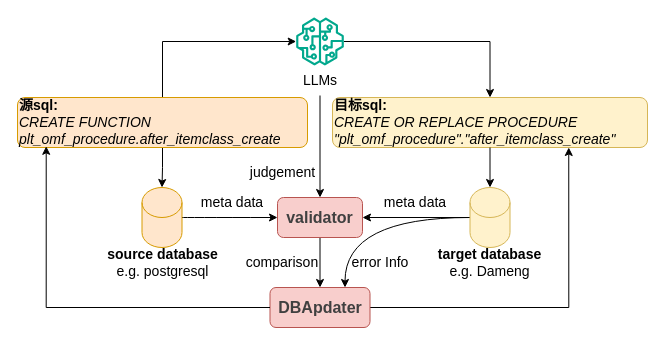
Earlier version of the draw.io diagram 开题报告/DBAdapter.drawio (Olive-2019/drawio-source). Source tidied: cells renumbered, new cells numbered last; positions are measured from the earlier drawing's top-left corner, leaving out a move shared by most shapes. Both pictures are drawn from the tidied source at 100%, with x=0, y=0 at pixel (17, 17).
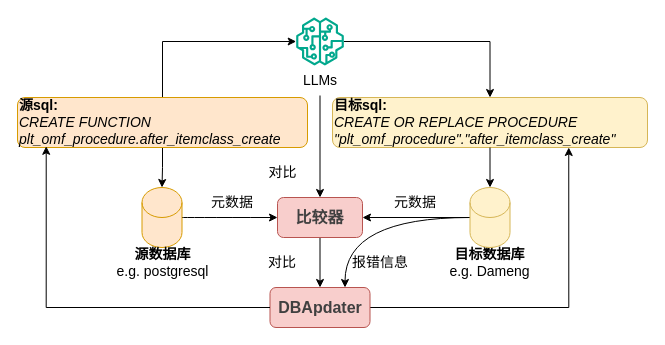
After the change.

Diff of the diagram source:
```diff
@@
-    <mxCell id="4" value="&lt;b&gt;source database&lt;/b&gt;&lt;div&gt;e.g. postgresql&lt;/div&gt;" style="text;html=1;align=center;verticalAlign=middle;whiteSpace=wrap;rounded=0;fontSize=14;fontFamily=Helvetica;" parent="1" vertex="1">
+    <mxCell id="4" value="&lt;b&gt;源数据库&lt;/b&gt;&lt;br&gt;&lt;div&gt;e.g. postgresql&lt;/div&gt;" style="text;html=1;align=center;verticalAlign=middle;whiteSpace=wrap;rounded=0;fontSize=14;fontFamily=Helvetica;" parent="1" vertex="1">
       <mxGeometry x="69.8" y="230" width="150.5" height="30" as="geometry" />
     </mxCell>
-    <mxCell id="5" value="&lt;b&gt;target database&lt;/b&gt;&lt;div&gt;e.g. Dameng&lt;/div&gt;" style="text;html=1;align=center;verticalAlign=middle;whiteSpace=wrap;rounded=0;fontSize=14;fontFamily=Helvetica;" parent="1" vertex="1">
+    <mxCell id="5" value="&lt;b&gt;目标数据库&lt;/b&gt;&lt;div&gt;e.g. Dameng&lt;/div&gt;" style="text;html=1;align=center;verticalAlign=middle;whiteSpace=wrap;rounded=0;fontSize=14;fontFamily=Helvetica;" parent="1" vertex="1">
       <mxGeometry x="411.2" y="230" width="122.5" height="30" as="geometry" />
     </mxCell>
@@
-    <mxCell id="16" value="&lt;span style=&quot;color: rgb(64, 64, 64); font-size: 16.002px; text-align: start;&quot;&gt;validator&lt;/span&gt;" style="rounded=1;whiteSpace=wrap;html=1;fontFamily=Helvetica;fontStyle=1;fillColor=#f8cecc;strokeColor=#b85450;" parent="1" vertex="1">
+    <mxCell id="16" value="&lt;div style=&quot;text-align: start;&quot;&gt;&lt;font color=&quot;#404040&quot;&gt;&lt;span style=&quot;font-size: 16.002px;&quot;&gt;比较器&lt;/span&gt;&lt;/font&gt;&lt;/div&gt;" style="rounded=1;whiteSpace=wrap;html=1;fontFamily=Helvetica;fontStyle=1;fillColor=#f8cecc;strokeColor=#b85450;" parent="1" vertex="1">
       <mxGeometry x="260" y="180" width="85" height="40" as="geometry" />
     </mxCell>
@@
-    <mxCell id="20" value="error Info" style="text;html=1;align=center;verticalAlign=middle;whiteSpace=wrap;rounded=0;fontSize=14;fontFamily=Helvetica;" parent="1" vertex="1">
+    <mxCell id="20" value="报错信息" style="text;html=1;align=center;verticalAlign=middle;whiteSpace=wrap;rounded=0;fontSize=14;fontFamily=Helvetica;" parent="1" vertex="1">
       <mxGeometry x="332.5" y="230" width="60" height="30" as="geometry" />
     </mxCell>
-    <mxCell id="21" value="meta data" style="text;html=1;align=center;verticalAlign=middle;whiteSpace=wrap;rounded=0;fontSize=14;fontFamily=Helvetica;" parent="1" vertex="1">
+    <mxCell id="21" value="元数据" style="text;html=1;align=center;verticalAlign=middle;whiteSpace=wrap;rounded=0;fontSize=14;fontFamily=Helvetica;" parent="1" vertex="1">
       <mxGeometry x="352.5" y="170" width="90" height="30" as="geometry" />
     </mxCell>
-    <mxCell id="22" value="meta data" style="text;html=1;align=center;verticalAlign=middle;whiteSpace=wrap;rounded=0;fontSize=14;fontFamily=Helvetica;" parent="1" vertex="1">
+    <mxCell id="22" value="元数据" style="text;html=1;align=center;verticalAlign=middle;whiteSpace=wrap;rounded=0;fontSize=14;fontFamily=Helvetica;" parent="1" vertex="1">
       <mxGeometry x="170" y="170" width="90" height="30" as="geometry" />
     </mxCell>
-    <mxCell id="23" value="comparison" style="text;html=1;align=center;verticalAlign=middle;whiteSpace=wrap;rounded=0;fontSize=14;fontFamily=Helvetica;" parent="1" vertex="1">
+    <mxCell id="23" value="对比" style="text;html=1;align=center;verticalAlign=middle;whiteSpace=wrap;rounded=0;fontSize=14;fontFamily=Helvetica;" parent="1" vertex="1">
       <mxGeometry x="220.2" y="230" width="90" height="30" as="geometry" />
     </mxCell>
@@
-    <mxCell id="27" value="judgement" style="text;html=1;align=center;verticalAlign=middle;whiteSpace=wrap;rounded=0;fontSize=14;fontFamily=Helvetica;" parent="1" vertex="1">
+    <mxCell id="27" value="对比" style="text;html=1;align=center;verticalAlign=middle;whiteSpace=wrap;rounded=0;fontSize=14;fontFamily=Helvetica;" parent="1" vertex="1">
       <mxGeometry x="227.8" y="140" width="75" height="30" as="geometry" />
     </mxCell>
```
